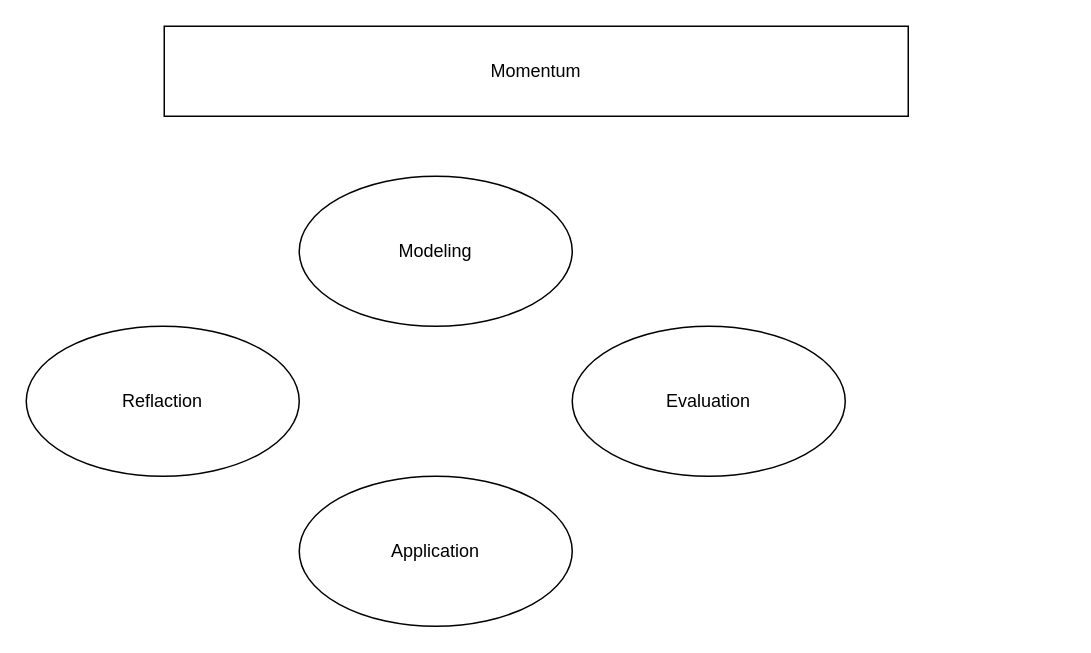
Above: 未命名绘图.drawio in NEVERGONNAGIVEY/hhh (draw.io), before the change. Source tidied: cells renumbered, new cells numbered last; positions are measured from the earlier drawing's top-left corner, leaving out a move shared by most shapes. Both pictures are drawn from the tidied source at 150%, with x=0, y=0 at pixel (26, 26).
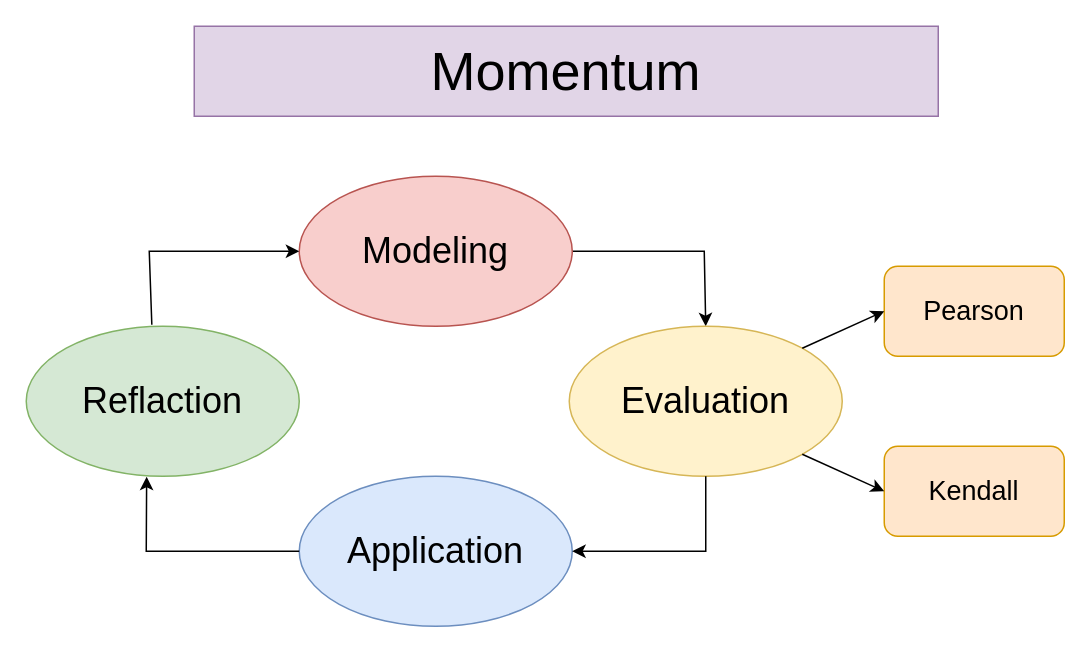
The same diagram, later.

Change to the diagram source:
```diff
@@
-    <mxCell id="2" value="Momentum" style="rounded=0;whiteSpace=wrap;html=1;" parent="1" vertex="1">
-      <mxGeometry x="92" width="496" height="60" as="geometry" />
+    <mxCell id="2" value="Momentum" style="rounded=0;whiteSpace=wrap;html=1;fontSize=36;fillColor=#e1d5e7;strokeColor=#9673a6;" parent="1" vertex="1">
+      <mxGeometry x="112" width="496" height="60" as="geometry" />
     </mxCell>
+    <mxCell id="7" style="edgeStyle=orthogonalEdgeStyle;rounded=0;jettySize=auto;html=1;entryX=0.5;entryY=0;entryDx=0;entryDy=0;" parent="1" edge="1" source="3" target="6">
+      <mxGeometry relative="1" as="geometry">
+        <Array as="points">
+          <mxPoint x="452" y="150" />
+        </Array>
+      </mxGeometry>
+    </mxCell>
-    <mxCell id="3" value="Modeling" style="ellipse;whiteSpace=wrap;html=1;" parent="1" vertex="1">
+    <mxCell id="3" value="Modeling" style="ellipse;whiteSpace=wrap;html=1;fontSize=24;labelBackgroundColor=none;fillColor=#f8cecc;strokeColor=#b85450;" parent="1" vertex="1">
       <mxGeometry x="182" y="100" width="182" height="100" as="geometry" />
     </mxCell>
-    <mxCell id="4" value="Application" style="ellipse;whiteSpace=wrap;html=1;" parent="1" vertex="1">
+    <mxCell id="4" value="Application" style="ellipse;whiteSpace=wrap;html=1;fontSize=24;fillColor=#dae8fc;strokeColor=#6c8ebf;" parent="1" vertex="1">
       <mxGeometry x="182" y="300" width="182" height="100" as="geometry" />
     </mxCell>
-    <mxCell id="5" value="Reflaction" style="ellipse;whiteSpace=wrap;html=1;" parent="1" vertex="1">
+    <mxCell id="5" value="Reflaction" style="ellipse;whiteSpace=wrap;html=1;fontSize=24;fillColor=#d5e8d4;strokeColor=#82b366;" parent="1" vertex="1">
       <mxGeometry y="200" width="182" height="100" as="geometry" />
     </mxCell>
-    <mxCell id="6" value="Evaluation" style="ellipse;whiteSpace=wrap;html=1;" parent="1" vertex="1">
-      <mxGeometry x="364" y="200" width="182" height="100" as="geometry" />
+    <mxCell id="6" value="Evaluation" style="ellipse;whiteSpace=wrap;html=1;fontSize=24;fillColor=#fff2cc;strokeColor=#d6b656;" parent="1" vertex="1">
+      <mxGeometry x="362" y="200" width="182" height="100" as="geometry" />
     </mxCell>
+    <mxCell id="8" style="endArrow=classic;html=1;rounded=0;entryX=1;entryY=0.5;entryDx=0;entryDy=0;exitX=0.5;exitY=1;exitDx=0;exitDy=0;" parent="1" edge="1" source="6" target="4">
+      <mxGeometry relative="1" as="geometry">
+        <Array as="points">
+          <mxPoint x="453" y="350" />
+        </Array>
+      </mxGeometry>
+    </mxCell>
+    <mxCell id="9" style="endArrow=classic;html=1;rounded=0;entryX=0.441;entryY=1.003;entryDx=0;entryDy=0;entryPerimeter=0;" parent="1" edge="1" target="5">
+      <mxGeometry relative="1" as="geometry">
+        <mxPoint x="182" y="350" as="sourcePoint" />
+        <Array as="points">
+          <mxPoint x="80" y="350" />
+        </Array>
+      </mxGeometry>
+    </mxCell>
+    <mxCell id="10" style="endArrow=classic;html=1;rounded=0;entryX=0;entryY=0.5;entryDx=0;entryDy=0;exitX=0.46;exitY=-0.01;exitDx=0;exitDy=0;exitPerimeter=0;" parent="1" edge="1" source="5" target="3">
+      <mxGeometry relative="1" as="geometry">
+        <Array as="points">
+          <mxPoint x="82" y="150" />
+        </Array>
+      </mxGeometry>
+    </mxCell>
+    <mxCell id="11" value="Pearson" style="rounded=1;whiteSpace=wrap;html=1;fontSize=18;fillColor=#ffe6cc;strokeColor=#d79b00;" parent="1" vertex="1">
+      <mxGeometry x="572" y="160" width="120" height="60" as="geometry" />
+    </mxCell>
+    <mxCell id="12" value="Kendall" style="rounded=1;whiteSpace=wrap;html=1;fontSize=18;fillColor=#ffe6cc;strokeColor=#d79b00;" parent="1" vertex="1">
+      <mxGeometry x="572" y="280" width="120" height="60" as="geometry" />
+    </mxCell>
+    <mxCell id="13" style="endArrow=classic;html=1;rounded=0;entryX=0;entryY=0.5;entryDx=0;entryDy=0;exitX=1;exitY=0;exitDx=0;exitDy=0;" parent="1" edge="1" source="6" target="11">
+      <mxGeometry relative="1" as="geometry" />
+    </mxCell>
+    <mxCell id="14" style="endArrow=classic;html=1;rounded=0;entryX=0;entryY=0.5;entryDx=0;entryDy=0;exitX=1;exitY=1;exitDx=0;exitDy=0;" parent="1" edge="1" source="6" target="12">
+      <mxGeometry relative="1" as="geometry" />
+    </mxCell>
```
